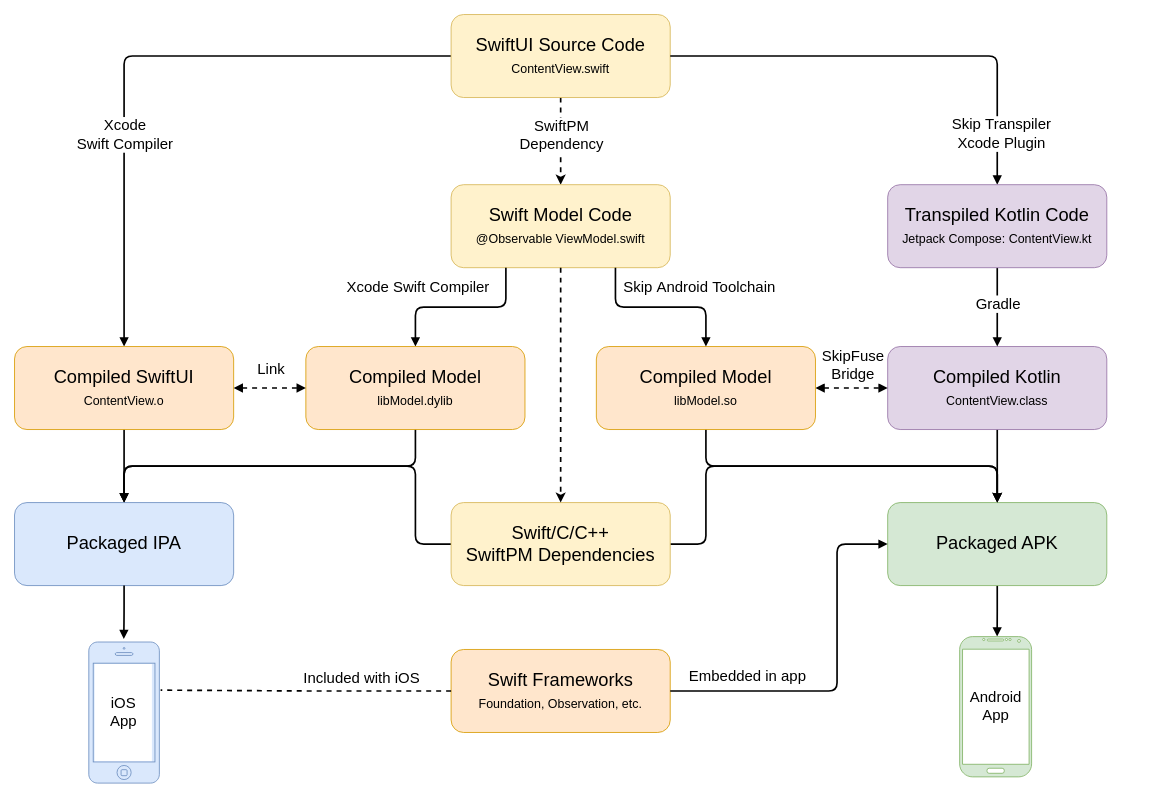
Before: page "native" (9 of 15) of diagrams/skip-diagrams.drawio in skiptools/assets.skip.tools, a draw.io diagram. Source tidied: cells renumbered, new cells numbered last; positions are measured from the earlier drawing's top-left corner, leaving out a move shared by most shapes. Both pictures are drawn from the tidied source at 83%, with x=0, y=0 at pixel (14, 14).
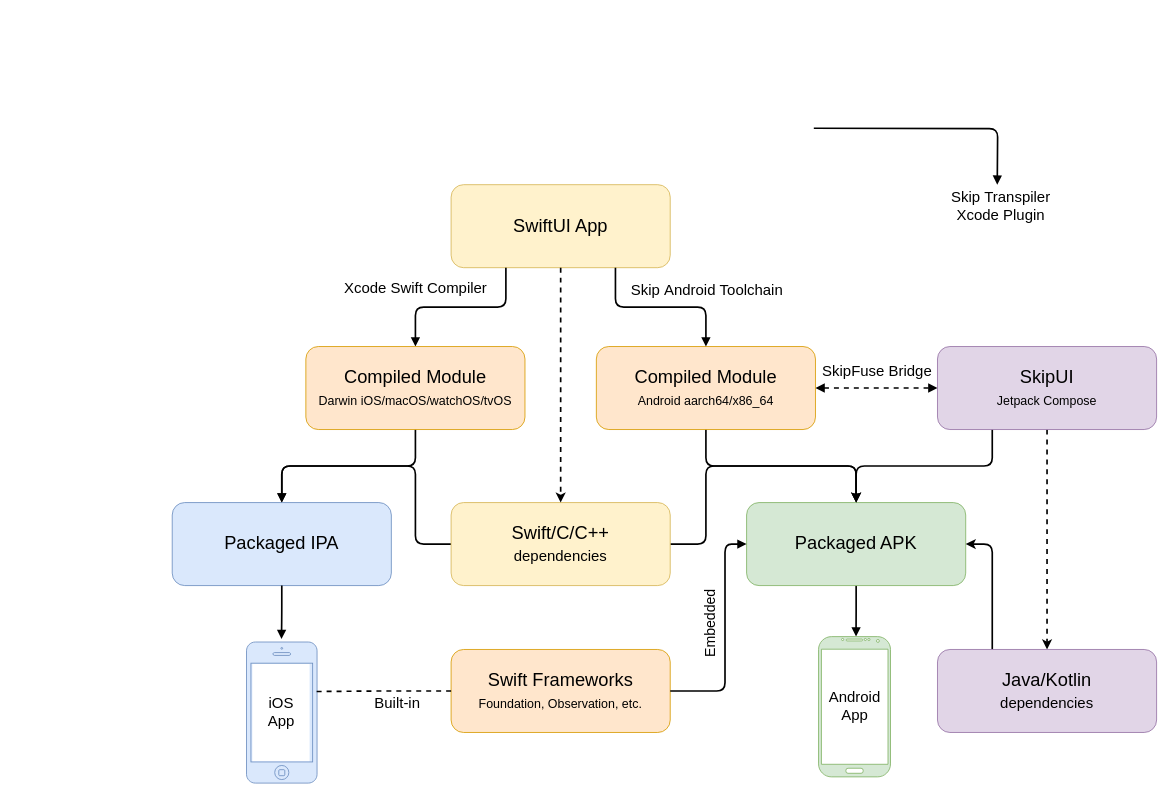
The same diagram, later.

Commit message (it also covers changes not shown here):
Update native diagram

Unchanged cells that the change refers to:
```xml
<mxCell id="14" style="edgeStyle=orthogonalEdgeStyle;jettySize=auto;html=1;exitX=0.25;exitY=1;exitDx=0;exitDy=0;entryX=0.5;entryY=0;entryDx=0;entryDy=0;endArrow=block;endFill=1;strokeWidth=2;fillColor=#1ba1e2;strokeColor=#000000;" parent="1" edge="1" source="13" target="25">
  <mxGeometry relative="1" as="geometry" />
</mxCell>
<mxCell id="22" style="edgeStyle=orthogonalEdgeStyle;jettySize=auto;html=1;exitX=0.75;exitY=1;exitDx=0;exitDy=0;entryX=0.5;entryY=0;entryDx=0;entryDy=0;endArrow=block;endFill=1;strokeWidth=2;" parent="1" edge="1" source="13" target="19">
  <mxGeometry relative="1" as="geometry" />
</mxCell>
<mxCell id="27" style="html=1;verticalLabelPosition=bottom;labelBackgroundColor=#ffffff;verticalAlign=top;shadow=0;dashed=0;strokeWidth=1;shape=mxgraph.ios7.misc.iphone;strokeColor=#6c8ebf;fillColor=#dae8fc;" parent="26" vertex="1">
  <mxGeometry width="85" height="170" as="geometry" />
</mxCell>
<mxCell id="43" value="Swift Frameworks&lt;div&gt;&lt;span style=&quot;font-size: 15px; background-color: initial;&quot;&gt;Foundation, Observation, etc.&lt;/span&gt;&lt;/div&gt;" style="rounded=1;whiteSpace=wrap;html=1;fontSize=22;fillColor=#ffe6cc;strokeColor=#d79b00;" parent="1" vertex="1">
  <mxGeometry x="526" y="765" width="264" height="100" as="geometry" />
</mxCell>
```

Change to the diagram source:
```diff
@@
-    <mxCell id="2" style="edgeStyle=orthogonalEdgeStyle;jettySize=auto;html=1;exitX=0;exitY=0.5;exitDx=0;exitDy=0;entryX=0.5;entryY=0;entryDx=0;entryDy=0;endArrow=block;endFill=1;strokeWidth=2;fillColor=#1ba1e2;strokeColor=#000000;rounded=1;curved=0;" parent="1" edge="1" source="6" target="8">
-      <mxGeometry relative="1" as="geometry" />
-    </mxCell>
-    <mxCell id="3" value="&lt;font style=&quot;font-size: 18px;&quot;&gt;Xcode&lt;/font&gt;&lt;div&gt;&lt;font style=&quot;font-size: 18px;&quot;&gt;Swift Compiler&lt;/font&gt;&lt;/div&gt;" style="edgeLabel;html=1;align=center;verticalAlign=middle;" parent="2" vertex="1">
-      <mxGeometry x="0.33" y="60" relative="1" as="geometry">
-        <mxPoint x="-60" y="-7" as="offset" />
-      </mxGeometry>
-    </mxCell>
-    <mxCell id="4" style="edgeStyle=orthogonalEdgeStyle;rounded=0;jettySize=auto;html=1;exitX=0.5;exitY=1;exitDx=0;exitDy=0;entryX=0.5;entryY=0;entryDx=0;entryDy=0;dashed=1;strokeWidth=2;" parent="1" edge="1" source="6" target="13">
-      <mxGeometry relative="1" as="geometry" />
-    </mxCell>
-    <mxCell id="5" value="&lt;div style=&quot;font-size: 18px;&quot;&gt;SwiftPM&lt;/div&gt;&lt;div style=&quot;font-size: 18px;&quot;&gt;Dependency&lt;/div&gt;" style="edgeLabel;html=1;align=center;verticalAlign=middle;fontSize=18;" parent="4" vertex="1">
-      <mxGeometry x="0.22" y="-2" relative="1" as="geometry">
-        <mxPoint x="2" y="-19" as="offset" />
-      </mxGeometry>
-    </mxCell>
-    <mxCell id="6" value="SwiftUI&lt;span style=&quot;background-color: initial;&quot;&gt;&amp;nbsp;Source Code&lt;/span&gt;&lt;div&gt;&lt;span style=&quot;background-color: initial;&quot;&gt;&lt;font style=&quot;font-size: 15px;&quot;&gt;ContentView.swift&lt;/font&gt;&lt;/span&gt;&lt;/div&gt;" style="rounded=1;whiteSpace=wrap;html=1;fontSize=22;fillColor=#fff2cc;strokeColor=#d6b656;fillStyle=auto;" parent="1" vertex="1">
-      <mxGeometry x="526" width="264" height="100" as="geometry" />
-    </mxCell>
-    <mxCell id="7" style="edgeStyle=orthogonalEdgeStyle;rounded=1;jettySize=auto;html=1;exitX=0.5;exitY=1;exitDx=0;exitDy=0;entryX=0.5;entryY=0;entryDx=0;entryDy=0;curved=0;strokeWidth=2;endArrow=block;endFill=1;" parent="1" edge="1" source="8" target="32">
-      <mxGeometry relative="1" as="geometry" />
-    </mxCell>
-    <mxCell id="8" value="Compiled SwiftUI&lt;div&gt;&lt;font style=&quot;font-size: 15px;&quot;&gt;ContentView.o&lt;/font&gt;&lt;/div&gt;" style="rounded=1;whiteSpace=wrap;html=1;fontSize=22;fillColor=#ffe6cc;strokeColor=#d79b00;" parent="1" vertex="1">
-      <mxGeometry y="400" width="264" height="100" as="geometry" />
-    </mxCell>
@@
     <mxCell id="10" value="Packaged APK" style="rounded=1;whiteSpace=wrap;html=1;fontSize=22;fillColor=#d5e8d4;strokeColor=#82b366;" parent="1" vertex="1">
-      <mxGeometry x="1052" y="588" width="264" height="100" as="geometry" />
+      <mxGeometry x="882" y="588" width="264" height="100" as="geometry" />
     </mxCell>
-    <mxCell id="11" style="edgeStyle=orthogonalEdgeStyle;rounded=1;jettySize=auto;html=1;exitX=0.5;exitY=1;exitDx=0;exitDy=0;entryX=0.5;entryY=0;entryDx=0;entryDy=0;strokeWidth=2;curved=0;endArrow=block;endFill=1;" parent="1" edge="1" source="12" target="10">
-      <mxGeometry relative="1" as="geometry" />
-    </mxCell>
-    <mxCell id="12" value="Compiled Kotlin&lt;div&gt;&lt;font style=&quot;font-size: 15px;&quot;&gt;ContentView.class&lt;/font&gt;&lt;/div&gt;" style="rounded=1;whiteSpace=wrap;html=1;fontSize=22;fillColor=#e1d5e7;strokeColor=#9673a6;fillStyle=auto;" parent="1" vertex="1">
-      <mxGeometry x="1052" y="400" width="264" height="100" as="geometry" />
-    </mxCell>
-    <mxCell id="13" value="Swift Model Code&lt;div&gt;&lt;font style=&quot;&quot;&gt;&lt;font style=&quot;font-size: 15px;&quot;&gt;@Observable ViewModel.swift&lt;/font&gt;&lt;/font&gt;&lt;/div&gt;" style="rounded=1;whiteSpace=wrap;html=1;fontSize=22;fillColor=#fff2cc;strokeColor=#d6b656;fillStyle=auto;" parent="1" vertex="1">
+    <mxCell id="13" value="SwiftUI App" style="rounded=1;whiteSpace=wrap;html=1;fontSize=22;fillColor=#fff2cc;strokeColor=#d6b656;fillStyle=auto;" parent="1" vertex="1">
       <mxGeometry x="526" y="205" width="264" height="100" as="geometry" />
     </mxCell>
@@
     <mxCell id="15" value="&lt;font style=&quot;font-size: 18px;&quot;&gt;Xcode&amp;nbsp;&lt;/font&gt;&lt;font style=&quot;font-size: 18px;&quot;&gt;Swift&amp;nbsp;&lt;/font&gt;&lt;span style=&quot;font-size: 18px;&quot;&gt;Compiler&lt;/span&gt;" style="edgeLabel;html=1;align=center;verticalAlign=middle;" parent="14" vertex="1">
       <mxGeometry x="-0.18" y="-5" relative="1" as="geometry">
-        <mxPoint x="-70" y="-19" as="offset" />
+        <mxPoint x="-73" y="-18" as="offset" />
       </mxGeometry>
     </mxCell>
@@
-    <mxCell id="17" style="edgeStyle=orthogonalEdgeStyle;rounded=0;jettySize=auto;html=1;exitX=1;exitY=0.5;exitDx=0;exitDy=0;entryX=0;entryY=0.5;entryDx=0;entryDy=0;dashed=1;strokeWidth=2;startArrow=block;startFill=1;endArrow=block;endFill=1;" parent="1" edge="1" source="19" target="12">
+    <mxCell id="17" style="edgeStyle=orthogonalEdgeStyle;rounded=0;jettySize=auto;html=1;exitX=1;exitY=0.5;exitDx=0;exitDy=0;entryX=0;entryY=0.5;entryDx=0;entryDy=0;dashed=1;strokeWidth=2;startArrow=block;startFill=1;endArrow=block;endFill=1;" parent="1" edge="1" source="19" target="52">
       <mxGeometry relative="1" as="geometry" />
     </mxCell>
-    <mxCell id="18" value="&lt;font style=&quot;font-size: 18px;&quot;&gt;SkipFuse&lt;/font&gt;&lt;div style=&quot;font-size: 18px;&quot;&gt;&lt;font style=&quot;font-size: 18px;&quot;&gt;Bridge&lt;/font&gt;&lt;/div&gt;" style="edgeLabel;html=1;align=center;verticalAlign=middle;" parent="17" vertex="1">
+    <mxCell id="18" value="&lt;font style=&quot;font-size: 18px;&quot;&gt;SkipFuse&amp;nbsp;&lt;/font&gt;&lt;span style=&quot;font-size: 18px; background-color: light-dark(#ffffff, var(--ge-dark-color, #121212)); color: light-dark(rgb(0, 0, 0), rgb(255, 255, 255));&quot;&gt;Bridge&lt;/span&gt;" style="edgeLabel;html=1;align=center;verticalAlign=middle;" parent="17" vertex="1">
       <mxGeometry x="-0.04" y="3" relative="1" as="geometry">
-        <mxPoint x="2" y="-25" as="offset" />
+        <mxPoint x="2" y="-18" as="offset" />
       </mxGeometry>
     </mxCell>
-    <mxCell id="19" value="Compiled Model&lt;div&gt;&lt;font style=&quot;font-size: 15px;&quot;&gt;libModel.so&lt;/font&gt;&lt;/div&gt;" style="rounded=1;whiteSpace=wrap;html=1;fontSize=22;fillColor=#ffe6cc;strokeColor=#d79b00;" parent="1" vertex="1">
+    <mxCell id="19" value="Compiled Module&lt;div&gt;&lt;font style=&quot;font-size: 15px;&quot;&gt;Android aarch64/x86_64&lt;/font&gt;&lt;/div&gt;" style="rounded=1;whiteSpace=wrap;html=1;fontSize=22;fillColor=#ffe6cc;strokeColor=#d79b00;" parent="1" vertex="1">
       <mxGeometry x="701" y="400" width="264" height="100" as="geometry" />
     </mxCell>
-    <mxCell id="20" style="edgeStyle=orthogonalEdgeStyle;jettySize=auto;html=1;exitX=1;exitY=0.5;exitDx=0;exitDy=0;endArrow=block;endFill=1;strokeWidth=2;entryX=0.5;entryY=0;entryDx=0;entryDy=0;rounded=1;curved=0;" parent="1" edge="1" source="6" target="38">
-      <mxGeometry relative="1" as="geometry" />
+    <mxCell id="20" style="edgeStyle=orthogonalEdgeStyle;orthogonalLoop=1;jettySize=auto;html=1;exitX=1;exitY=0.5;exitDx=0;exitDy=0;endArrow=block;endFill=1;strokeWidth=2;entryX=0.5;entryY=0;entryDx=0;entryDy=0;rounded=1;curved=0;" parent="1" edge="1">
+      <mxGeometry relative="1" as="geometry">
+        <mxPoint x="963" y="137" as="sourcePoint" />
+        <mxPoint x="1184" y="205" as="targetPoint" />
+      </mxGeometry>
     </mxCell>
@@
     <mxCell id="23" value="&lt;font style=&quot;font-size: 18px;&quot;&gt;Skip&amp;nbsp;&lt;/font&gt;&lt;font style=&quot;font-size: 18px;&quot;&gt;Android&amp;nbsp;&lt;/font&gt;&lt;span style=&quot;font-size: 18px;&quot;&gt;Toolchain&lt;/span&gt;" style="edgeLabel;html=1;align=center;verticalAlign=middle;" parent="22" vertex="1">
       <mxGeometry x="-0.17" y="3" relative="1" as="geometry">
-        <mxPoint x="63" y="-21" as="offset" />
+        <mxPoint x="72" y="-18" as="offset" />
       </mxGeometry>
     </mxCell>
@@
-    <mxCell id="25" value="Compiled Model&lt;div&gt;&lt;font style=&quot;font-size: 15px;&quot;&gt;libModel.dylib&lt;/font&gt;&lt;/div&gt;" style="rounded=1;whiteSpace=wrap;html=1;fontSize=22;fillColor=#ffe6cc;strokeColor=#d79b00;" parent="1" vertex="1">
+    <mxCell id="25" value="Compiled Module&lt;div&gt;&lt;font style=&quot;font-size: 15px;&quot;&gt;Darwin iOS/macOS/watchOS/tvOS&lt;/font&gt;&lt;/div&gt;" style="rounded=1;whiteSpace=wrap;html=1;fontSize=22;fillColor=#ffe6cc;strokeColor=#d79b00;" parent="1" vertex="1">
       <mxGeometry x="351" y="400" width="264" height="100" as="geometry" />
     </mxCell>
     <mxCell id="26" style="group;" parent="1" vertex="1">
-      <mxGeometry x="89.5" y="756" width="85" height="170" as="geometry" />
+      <mxGeometry x="279.5" y="756" width="85" height="170" as="geometry" />
     </mxCell>
@@
     <mxCell id="29" style="group;" parent="1" vertex="1">
-      <mxGeometry x="1138.7" y="749.5" width="86.7" height="169" as="geometry" />
+      <mxGeometry x="968.7" y="749.5" width="86.7" height="169" as="geometry" />
     </mxCell>
@@
     <mxCell id="32" value="Packaged IPA" style="rounded=1;whiteSpace=wrap;html=1;fontSize=22;fillColor=#dae8fc;strokeColor=#6c8ebf;" parent="1" vertex="1">
-      <mxGeometry y="588" width="264" height="100" as="geometry" />
+      <mxGeometry x="190" y="588" width="264" height="100" as="geometry" />
     </mxCell>
@@
-    <mxCell id="34" style="edgeStyle=orthogonalEdgeStyle;rounded=0;jettySize=auto;html=1;exitX=1;exitY=0.5;exitDx=0;exitDy=0;dashed=1;strokeWidth=2;startArrow=block;startFill=1;endArrow=block;endFill=1;entryX=0;entryY=0.5;entryDx=0;entryDy=0;" parent="1" edge="1" source="8" target="25">
-      <mxGeometry relative="1" as="geometry" />
-    </mxCell>
-    <mxCell id="35" value="&lt;span style=&quot;font-size: 18px;&quot;&gt;Link&lt;/span&gt;" style="edgeLabel;html=1;align=center;verticalAlign=middle;" parent="34" vertex="1">
-      <mxGeometry x="-0.04" y="3" relative="1" as="geometry">
-        <mxPoint x="2" y="-20" as="offset" />
-      </mxGeometry>
-    </mxCell>
-    <mxCell id="36" style="edgeStyle=orthogonalEdgeStyle;rounded=0;jettySize=auto;html=1;exitX=0.5;exitY=1;exitDx=0;exitDy=0;entryX=0.5;entryY=0;entryDx=0;entryDy=0;strokeWidth=2;endArrow=block;endFill=1;" parent="1" edge="1" source="38" target="12">
-      <mxGeometry relative="1" as="geometry" />
+    <mxCell id="36" style="edgeStyle=orthogonalEdgeStyle;rounded=0;orthogonalLoop=1;jettySize=auto;html=1;exitX=0.5;exitY=1;exitDx=0;exitDy=0;entryX=0.5;entryY=0;entryDx=0;entryDy=0;strokeWidth=2;endArrow=block;endFill=1;" parent="1" edge="1">
+      <mxGeometry relative="1" as="geometry">
+        <mxPoint x="1184" y="305" as="sourcePoint" />
+      </mxGeometry>
     </mxCell>
@@
-    <mxCell id="38" value="Transpiled Kotlin Code&lt;div&gt;&lt;font style=&quot;font-size: 15px;&quot;&gt;Jetpack Compose: ContentView.kt&lt;/font&gt;&lt;/div&gt;" style="rounded=1;whiteSpace=wrap;html=1;fontSize=22;fillColor=#e1d5e7;strokeColor=#9673a6;fillStyle=auto;" parent="1" vertex="1">
-      <mxGeometry x="1052" y="205" width="264" height="100" as="geometry" />
-    </mxCell>
     <mxCell id="39" style="edgeStyle=orthogonalEdgeStyle;rounded=1;jettySize=auto;html=1;exitX=1;exitY=0.5;exitDx=0;exitDy=0;entryX=0.5;entryY=0;entryDx=0;entryDy=0;curved=0;strokeWidth=2;" parent="1" edge="1" source="41" target="10">
       <mxGeometry relative="1" as="geometry">
         <Array as="points">
           <mxPoint x="833" y="638" />
           <mxPoint x="833" y="544" />
-          <mxPoint x="1184" y="544" />
+          <mxPoint x="1014" y="544" />
         </Array>
       </mxGeometry>
     </mxCell>
     <mxCell id="40" style="edgeStyle=orthogonalEdgeStyle;rounded=1;jettySize=auto;html=1;exitX=0;exitY=0.5;exitDx=0;exitDy=0;entryX=0.5;entryY=0;entryDx=0;entryDy=0;strokeWidth=2;curved=0;endArrow=block;endFill=1;" parent="1" edge="1" source="41" target="32">
       <mxGeometry relative="1" as="geometry">
         <Array as="points">
           <mxPoint x="483" y="638" />
           <mxPoint x="483" y="544" />
-          <mxPoint x="132" y="544" />
+          <mxPoint x="322" y="544" />
         </Array>
       </mxGeometry>
     </mxCell>
-    <mxCell id="41" value="&lt;div&gt;&lt;font style=&quot;&quot;&gt;Swift/C/C++&lt;/font&gt;&lt;/div&gt;&lt;div&gt;&lt;font style=&quot;&quot;&gt;SwiftPM Dependencies&lt;/font&gt;&lt;/div&gt;" style="rounded=1;whiteSpace=wrap;html=1;fontSize=22;fillColor=#fff2cc;strokeColor=#d6b656;" parent="1" vertex="1">
+    <mxCell id="41" value="&lt;div&gt;&lt;span style=&quot;background-color: transparent; color: light-dark(rgb(0, 0, 0), rgb(255, 255, 255));&quot;&gt;Swift/C/C++&lt;/span&gt;&lt;/div&gt;&lt;div&gt;&lt;span style=&quot;background-color: transparent; color: light-dark(rgb(0, 0, 0), rgb(255, 255, 255));&quot;&gt;&lt;font style=&quot;font-size: 18px;&quot;&gt;dependencies&lt;/font&gt;&lt;/span&gt;&lt;/div&gt;" style="rounded=1;whiteSpace=wrap;html=1;fontSize=22;fillColor=#fff2cc;strokeColor=#d6b656;" parent="1" vertex="1">
       <mxGeometry x="526" y="588" width="264" height="100" as="geometry" />
     </mxCell>
@@
     <mxCell id="44" style="edgeStyle=orthogonalEdgeStyle;rounded=1;jettySize=auto;html=1;exitX=1;exitY=0.5;exitDx=0;exitDy=0;entryX=0;entryY=0.5;entryDx=0;entryDy=0;strokeWidth=2;curved=0;endArrow=block;endFill=1;" parent="1" edge="1" source="43" target="10">
       <mxGeometry relative="1" as="geometry">
         <Array as="points">
-          <mxPoint x="991" y="815" />
-          <mxPoint x="991" y="638" />
+          <mxPoint x="856" y="815" />
+          <mxPoint x="856" y="638" />
         </Array>
       </mxGeometry>
     </mxCell>
-    <mxCell id="45" value="Embedded in app" style="edgeLabel;html=1;align=center;verticalAlign=middle;fontSize=18;" parent="44" vertex="1">
-      <mxGeometry x="-0.65" y="-1" relative="1" as="geometry">
-        <mxPoint x="15" y="-19" as="offset" />
-      </mxGeometry>
-    </mxCell>
+    <mxCell id="48" value="&lt;font style=&quot;font-size: 17px;&quot;&gt;Embedded&lt;/font&gt;" style="edgeLabel;html=1;align=center;verticalAlign=middle;rotation=-90;" parent="44" vertex="1">
+      <mxGeometry x="-0.7" y="2" relative="1" as="geometry">
+        <mxPoint x="8" y="-78" as="offset" />
+      </mxGeometry>
+    </mxCell>
-    <mxCell id="46" style="edgeStyle=orthogonalEdgeStyle;rounded=0;jettySize=auto;html=1;exitX=0;exitY=0.5;exitDx=0;exitDy=0;strokeWidth=2;endArrow=none;startFill=0;dashed=1;" parent="1" edge="1" source="43">
-      <mxGeometry relative="1" as="geometry">
-        <mxPoint x="176" y="814" as="targetPoint" />
-      </mxGeometry>
+    <mxCell id="46" style="edgeStyle=orthogonalEdgeStyle;rounded=0;jettySize=auto;html=1;exitX=0;exitY=0.5;exitDx=0;exitDy=0;strokeWidth=2;endArrow=none;startFill=0;dashed=1;entryX=0.985;entryY=0.351;entryDx=0;entryDy=0;entryPerimeter=0;" parent="1" edge="1" source="43" target="27">
+      <mxGeometry relative="1" as="geometry" />
     </mxCell>
-    <mxCell id="47" value="&lt;font style=&quot;font-size: 18px;&quot;&gt;Included with iOS&lt;/font&gt;" style="edgeLabel;html=1;align=center;verticalAlign=middle;" parent="46" vertex="1">
-      <mxGeometry x="-0.15" y="5" relative="1" as="geometry">
-        <mxPoint x="40" y="-21" as="offset" />
-      </mxGeometry>
-    </mxCell>
+    <mxCell id="49" value="Built-in" style="edgeLabel;html=1;align=center;verticalAlign=middle;fontSize=18;" parent="46" vertex="1">
+      <mxGeometry x="-0.12" y="2" relative="1" as="geometry">
+        <mxPoint x="6" y="12" as="offset" />
+      </mxGeometry>
+    </mxCell>
+    <mxCell id="50" style="edgeStyle=orthogonalEdgeStyle;rounded=1;jettySize=auto;html=1;exitX=0.25;exitY=1;exitDx=0;exitDy=0;entryX=0.5;entryY=0;entryDx=0;entryDy=0;strokeWidth=2;curved=0;" parent="1" edge="1" source="52" target="10">
+      <mxGeometry relative="1" as="geometry" />
+    </mxCell>
+    <mxCell id="51" style="edgeStyle=orthogonalEdgeStyle;rounded=1;jettySize=auto;html=1;exitX=0.5;exitY=1;exitDx=0;exitDy=0;entryX=0.5;entryY=0;entryDx=0;entryDy=0;strokeWidth=2;curved=0;dashed=1;" parent="1" edge="1" source="52" target="54">
+      <mxGeometry relative="1" as="geometry" />
+    </mxCell>
+    <mxCell id="52" value="&lt;div&gt;&lt;font style=&quot;&quot;&gt;SkipUI&lt;/font&gt;&lt;/div&gt;&lt;div&gt;&lt;font style=&quot;&quot;&gt;&lt;span style=&quot;font-size: 15px;&quot;&gt;Jetpack Compose&lt;/span&gt;&lt;/font&gt;&lt;/div&gt;" style="rounded=1;whiteSpace=wrap;html=1;fontSize=22;fillColor=#e1d5e7;strokeColor=#9673a6;fillStyle=auto;" parent="1" vertex="1">
+      <mxGeometry x="1112" y="400" width="264" height="100" as="geometry" />
+    </mxCell>
+    <mxCell id="53" style="edgeStyle=orthogonalEdgeStyle;rounded=1;jettySize=auto;html=1;exitX=0.25;exitY=0;exitDx=0;exitDy=0;entryX=1;entryY=0.5;entryDx=0;entryDy=0;strokeWidth=2;curved=0;" parent="1" edge="1" source="54" target="10">
+      <mxGeometry relative="1" as="geometry" />
+    </mxCell>
+    <mxCell id="54" value="&lt;div&gt;Java/Kotlin&lt;/div&gt;&lt;div&gt;&lt;font style=&quot;font-size: 18px;&quot;&gt;dependencies&lt;/font&gt;&lt;/div&gt;" style="rounded=1;whiteSpace=wrap;html=1;fontSize=22;fillColor=#e1d5e7;strokeColor=#9673a6;fillStyle=auto;" parent="1" vertex="1">
+      <mxGeometry x="1112" y="765" width="264" height="100" as="geometry" />
+    </mxCell>
```
